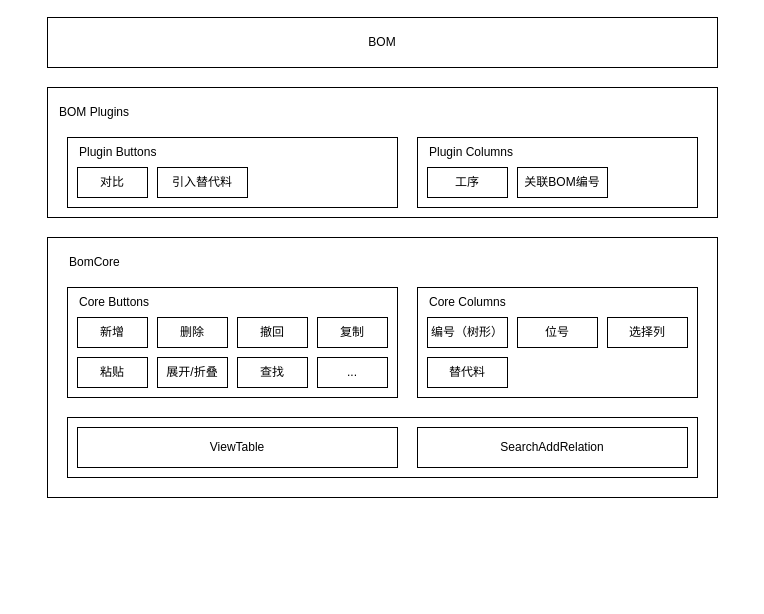
This is page "第 4 页" (4 of 4) of SAAS PLM.drawio from SikyChen/diagrams, a draw.io file, before an edit. Source tidied: cells renumbered, new cells numbered last; positions are measured from the earlier drawing's top-left corner, leaving out a move shared by most shapes. Both pictures are drawn from the tidied source at 100%, with x=0, y=0 at pixel (47, 17).
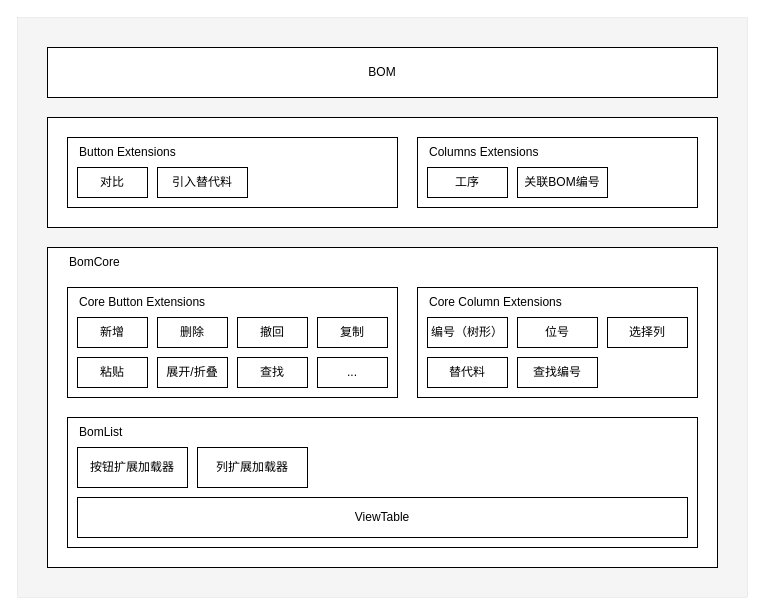
Above is the later version.

What changed in the source:
```diff
@@
+    <mxCell id="34" style="rounded=0;whiteSpace=wrap;html=1;strokeWidth=0;fillColor=#f5f5f5;fontColor=#333333;strokeColor=#666666;" parent="1" vertex="1">
+      <mxGeometry x="-30" width="730" height="580" as="geometry" />
+    </mxCell>
     <mxCell id="2" style="rounded=0;whiteSpace=wrap;html=1;" parent="1" vertex="1">
-      <mxGeometry y="70" width="670" height="130" as="geometry" />
+      <mxGeometry y="100" width="670" height="110" as="geometry" />
     </mxCell>
     <mxCell id="3" style="rounded=0;whiteSpace=wrap;html=1;" parent="1" vertex="1">
-      <mxGeometry y="220" width="670" height="260" as="geometry" />
+      <mxGeometry y="230" width="670" height="320" as="geometry" />
     </mxCell>
     <mxCell id="4" style="rounded=0;whiteSpace=wrap;html=1;" parent="1" vertex="1">
-      <mxGeometry x="20" y="400" width="630" height="60" as="geometry" />
+      <mxGeometry x="20" y="400" width="630" height="130" as="geometry" />
     </mxCell>
@@
-    <mxCell id="6" value="Core Buttons" style="text;html=1;align=left;verticalAlign=middle;whiteSpace=wrap;rounded=0;spacingLeft=10;" parent="1" vertex="1">
-      <mxGeometry x="20" y="270" width="120" height="30" as="geometry" />
+    <mxCell id="6" value="Core Button Extensions" style="text;html=1;align=left;verticalAlign=middle;whiteSpace=wrap;rounded=0;spacingLeft=10;" parent="1" vertex="1">
+      <mxGeometry x="20" y="270" width="330" height="30" as="geometry" />
     </mxCell>
@@
-    <mxCell id="16" value="Core Columns" style="text;html=1;align=left;verticalAlign=middle;whiteSpace=wrap;rounded=0;spacingLeft=10;" parent="1" vertex="1">
-      <mxGeometry x="370" y="270" width="120" height="30" as="geometry" />
+    <mxCell id="16" value="Core Column Extensions" style="text;html=1;align=left;verticalAlign=middle;whiteSpace=wrap;rounded=0;spacingLeft=10;" parent="1" vertex="1">
+      <mxGeometry x="370" y="270" width="280" height="30" as="geometry" />
     </mxCell>
@@
-    <mxCell id="23" value="Plugin Buttons" style="text;html=1;align=left;verticalAlign=middle;whiteSpace=wrap;rounded=0;spacingLeft=10;" parent="1" vertex="1">
-      <mxGeometry x="20" y="120" width="120" height="30" as="geometry" />
+    <mxCell id="23" value="Button Extensions" style="text;html=1;align=left;verticalAlign=middle;whiteSpace=wrap;rounded=0;spacingLeft=10;" parent="1" vertex="1">
+      <mxGeometry x="20" y="120" width="170" height="30" as="geometry" />
     </mxCell>
@@
-    <mxCell id="25" value="Plugin Columns" style="text;html=1;align=left;verticalAlign=middle;whiteSpace=wrap;rounded=0;spacingLeft=10;" parent="1" vertex="1">
-      <mxGeometry x="370" y="120" width="120" height="30" as="geometry" />
+    <mxCell id="25" value="Columns Extensions" style="text;html=1;align=left;verticalAlign=middle;whiteSpace=wrap;rounded=0;spacingLeft=10;" parent="1" vertex="1">
+      <mxGeometry x="370" y="120" width="260" height="30" as="geometry" />
     </mxCell>
@@
-    <mxCell id="29" value="SearchAddRelation" style="rounded=0;whiteSpace=wrap;html=1;" parent="1" vertex="1">
-      <mxGeometry x="370" y="410" width="270" height="40" as="geometry" />
-    </mxCell>
     <mxCell id="30" value="ViewTable" style="rounded=0;whiteSpace=wrap;html=1;" parent="1" vertex="1">
-      <mxGeometry x="30" y="410" width="320" height="40" as="geometry" />
+      <mxGeometry x="30" y="480" width="610" height="40" as="geometry" />
     </mxCell>
@@
-    <mxCell id="32" value="BOM Plugins" style="text;html=1;align=left;verticalAlign=middle;whiteSpace=wrap;rounded=0;spacingLeft=10;" parent="1" vertex="1">
-      <mxGeometry y="80" width="120" height="30" as="geometry" />
-    </mxCell>
     <mxCell id="33" value="BOM" style="rounded=0;whiteSpace=wrap;html=1;" parent="1" vertex="1">
-      <mxGeometry width="670" height="50" as="geometry" />
+      <mxGeometry y="30" width="670" height="50" as="geometry" />
     </mxCell>
+    <mxCell id="35" value="查找编号" style="rounded=0;whiteSpace=wrap;html=1;" parent="1" vertex="1">
+      <mxGeometry x="470" y="340" width="80" height="30" as="geometry" />
+    </mxCell>
+    <mxCell id="36" value="按钮扩展加载器" style="rounded=0;whiteSpace=wrap;html=1;" parent="1" vertex="1">
+      <mxGeometry x="30" y="430" width="110" height="40" as="geometry" />
+    </mxCell>
+    <mxCell id="37" value="列扩展加载器" style="rounded=0;whiteSpace=wrap;html=1;" parent="1" vertex="1">
+      <mxGeometry x="150" y="430" width="110" height="40" as="geometry" />
+    </mxCell>
+    <mxCell id="38" value="BomList" style="text;html=1;align=left;verticalAlign=middle;whiteSpace=wrap;rounded=0;spacingLeft=10;" parent="1" vertex="1">
+      <mxGeometry x="20" y="400" width="120" height="30" as="geometry" />
+    </mxCell>
```
